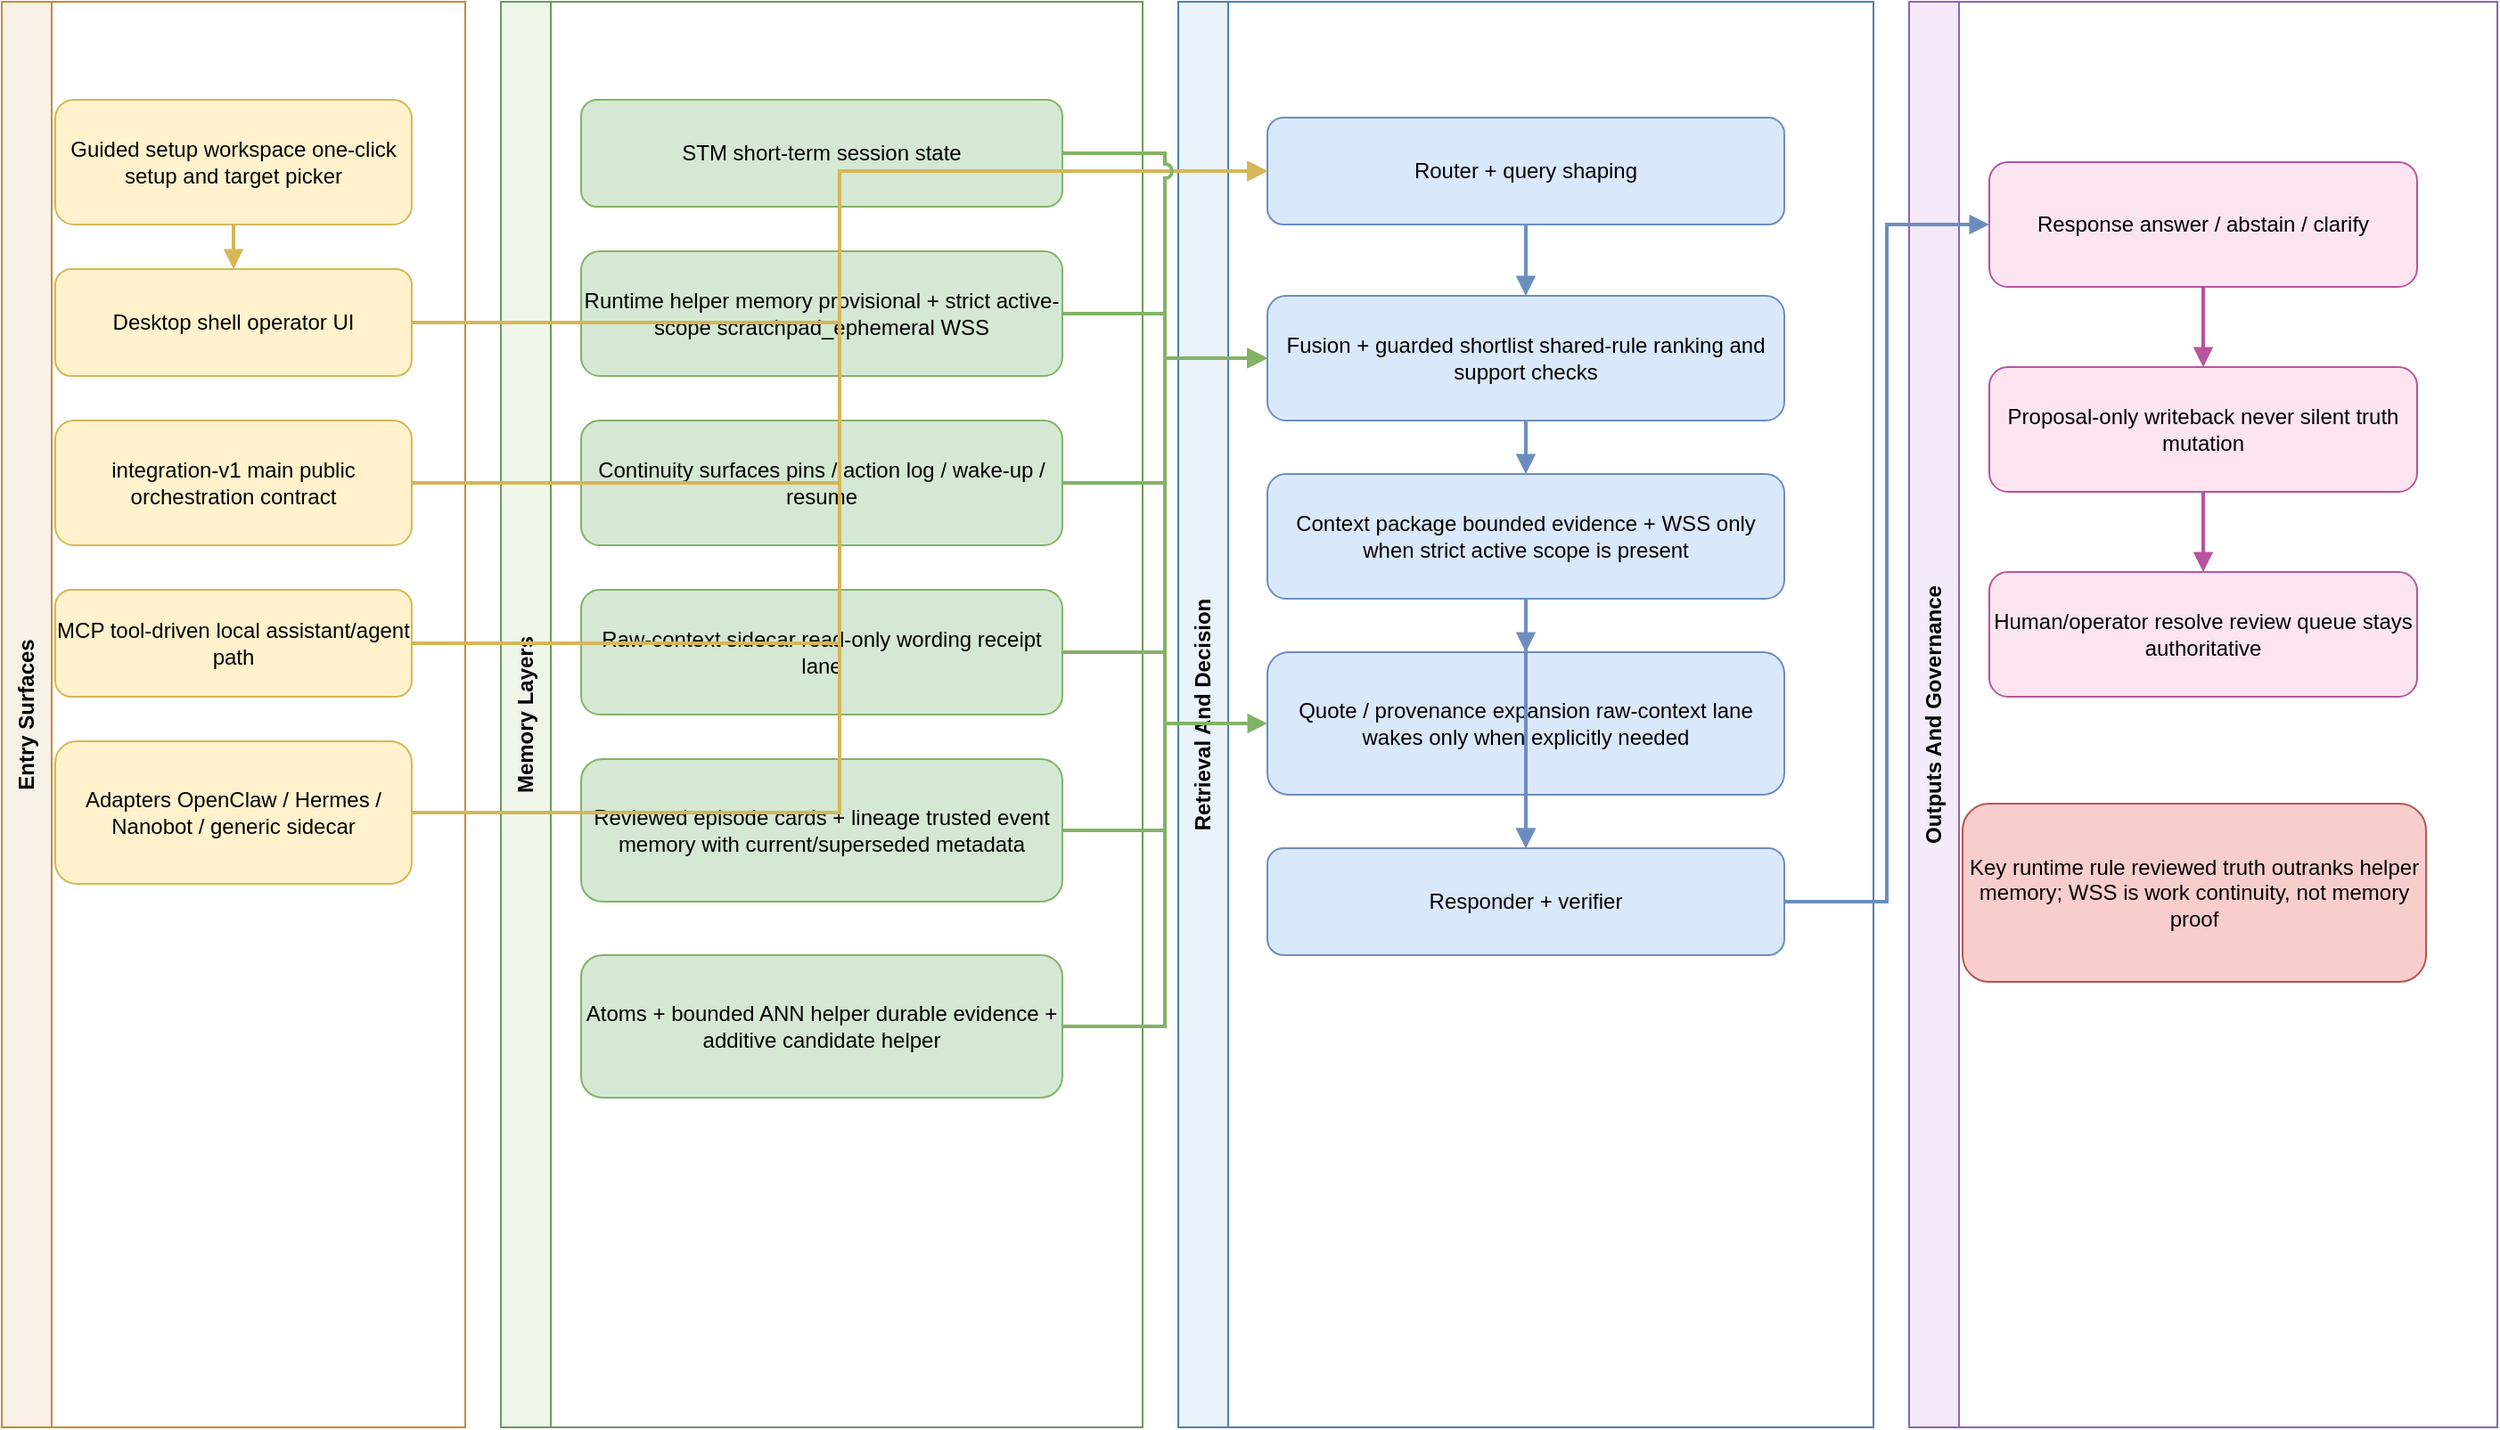
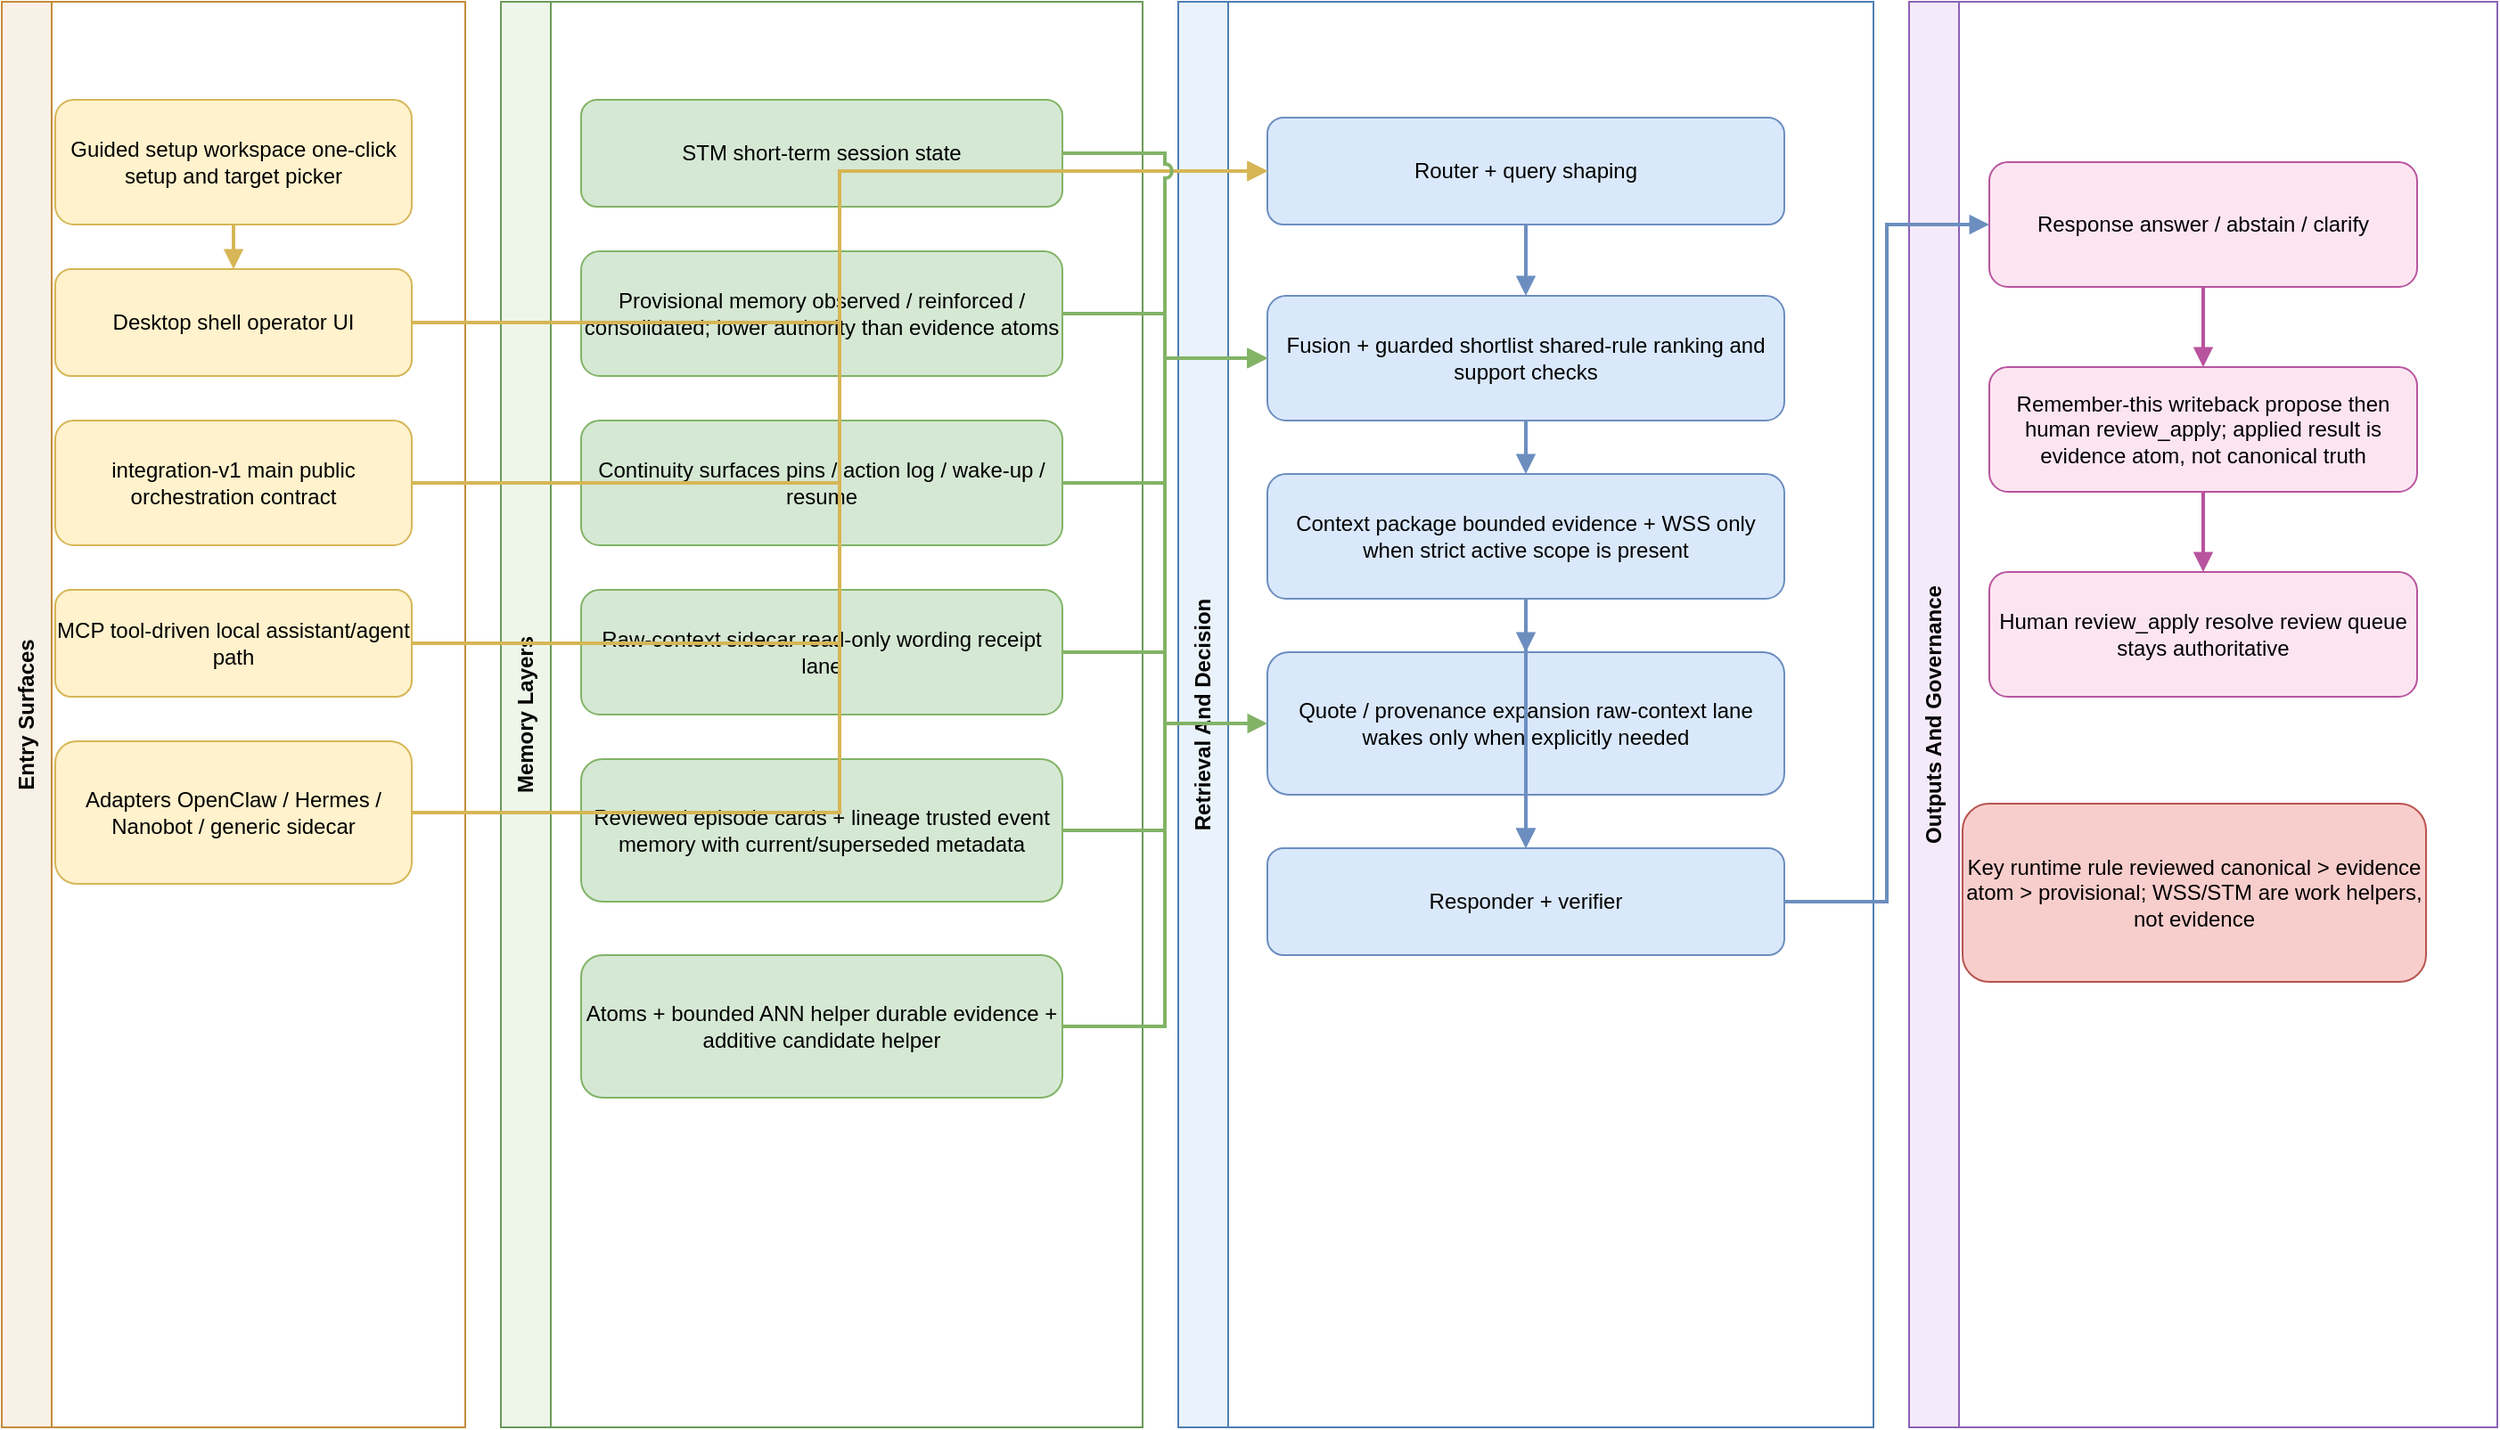
<mxfile host="app.diagrams.net" modified="2026-04-12T23:30:00.000Z" agent="Codex" version="24.7.17">
  <diagram id="launch-runtime-engineering" name="Engineering Runtime And Integration">
    <mxGraphModel dx="1750" dy="1050" grid="1" gridSize="10" guides="1" tooltips="1" connect="1" arrows="1" fold="1" page="1" pageScale="1" pageWidth="1700" pageHeight="1000" math="0" shadow="0">
      <root>
        <mxCell id="0" />
        <mxCell id="1" parent="0" />
        <mxCell id="lane1" value="Entry Surfaces" style="swimlane;whiteSpace=wrap;html=1;rounded=0;horizontal=0;startSize=28;fontStyle=1;fillColor=#f8f1e7;strokeColor=#c58b3a;" vertex="1" parent="1">
          <mxGeometry x="20" y="20" width="260" height="800" as="geometry" />
        </mxCell>
        <mxCell id="lane2" value="Memory Layers" style="swimlane;whiteSpace=wrap;html=1;rounded=0;horizontal=0;startSize=28;fontStyle=1;fillColor=#eef6ea;strokeColor=#6a9b58;" vertex="1" parent="1">
          <mxGeometry x="300" y="20" width="360" height="800" as="geometry" />
        </mxCell>
        <mxCell id="lane3" value="Retrieval And Decision" style="swimlane;whiteSpace=wrap;html=1;rounded=0;horizontal=0;startSize=28;fontStyle=1;fillColor=#eaf3fb;strokeColor=#4d7fb3;" vertex="1" parent="1">
          <mxGeometry x="680" y="20" width="390" height="800" as="geometry" />
        </mxCell>
        <mxCell id="lane4" value="Outputs And Governance" style="swimlane;whiteSpace=wrap;html=1;rounded=0;horizontal=0;startSize=28;fontStyle=1;fillColor=#f4eafa;strokeColor=#8b63b6;" vertex="1" parent="1">
          <mxGeometry x="1090" y="20" width="330" height="800" as="geometry" />
        </mxCell>
        <mxCell id="r1" value="Guided setup workspace&amp;#10;one-click setup and target picker" style="rounded=1;whiteSpace=wrap;html=1;fillColor=#fff2cc;strokeColor=#d6b656;" vertex="1" parent="1">
          <mxGeometry x="50" y="75" width="200" height="70" as="geometry" />
        </mxCell>
        <mxCell id="r2" value="Desktop shell&amp;#10;operator UI" style="rounded=1;whiteSpace=wrap;html=1;fillColor=#fff2cc;strokeColor=#d6b656;" vertex="1" parent="1">
          <mxGeometry x="50" y="170" width="200" height="60" as="geometry" />
        </mxCell>
        <mxCell id="r3" value="integration-v1&amp;#10;main public orchestration contract" style="rounded=1;whiteSpace=wrap;html=1;fillColor=#fff2cc;strokeColor=#d6b656;" vertex="1" parent="1">
          <mxGeometry x="50" y="255" width="200" height="70" as="geometry" />
        </mxCell>
        <mxCell id="r4" value="MCP&amp;#10;tool-driven local assistant/agent path" style="rounded=1;whiteSpace=wrap;html=1;fillColor=#fff2cc;strokeColor=#d6b656;" vertex="1" parent="1">
          <mxGeometry x="50" y="350" width="200" height="60" as="geometry" />
        </mxCell>
        <mxCell id="r5" value="Adapters&amp;#10;OpenClaw / Hermes / Nanobot / generic sidecar" style="rounded=1;whiteSpace=wrap;html=1;fillColor=#fff2cc;strokeColor=#d6b656;" vertex="1" parent="1">
          <mxGeometry x="50" y="435" width="200" height="80" as="geometry" />
        </mxCell>
        <mxCell id="r6" value="STM&amp;#10;short-term session state" style="rounded=1;whiteSpace=wrap;html=1;fillColor=#d5e8d4;strokeColor=#82b366;" vertex="1" parent="1">
          <mxGeometry x="345" y="75" width="270" height="60" as="geometry" />
        </mxCell>
-         <mxCell id="r7" value="Runtime helper memory&amp;#10;provisional + strict active-scope scratchpad_ephemeral WSS" style="rounded=1;whiteSpace=wrap;html=1;fillColor=#d5e8d4;strokeColor=#82b366;" vertex="1" parent="1">
+         <mxCell id="r7" value="Provisional memory&amp;#10;observed / reinforced / consolidated; lower authority than evidence atoms" style="rounded=1;whiteSpace=wrap;html=1;fillColor=#d5e8d4;strokeColor=#82b366;" vertex="1" parent="1">
          <mxGeometry x="345" y="160" width="270" height="70" as="geometry" />
        </mxCell>
        <mxCell id="r8" value="Continuity surfaces&amp;#10;pins / action log / wake-up / resume" style="rounded=1;whiteSpace=wrap;html=1;fillColor=#d5e8d4;strokeColor=#82b366;" vertex="1" parent="1">
          <mxGeometry x="345" y="255" width="270" height="70" as="geometry" />
        </mxCell>
        <mxCell id="r9" value="Raw-context sidecar&amp;#10;read-only wording receipt lane" style="rounded=1;whiteSpace=wrap;html=1;fillColor=#d5e8d4;strokeColor=#82b366;" vertex="1" parent="1">
          <mxGeometry x="345" y="350" width="270" height="70" as="geometry" />
        </mxCell>
        <mxCell id="r10" value="Reviewed episode cards + lineage&amp;#10;trusted event memory with current/superseded metadata" style="rounded=1;whiteSpace=wrap;html=1;fillColor=#d5e8d4;strokeColor=#82b366;" vertex="1" parent="1">
          <mxGeometry x="345" y="445" width="270" height="80" as="geometry" />
        </mxCell>
        <mxCell id="r11" value="Atoms + bounded ANN helper&amp;#10;durable evidence + additive candidate helper" style="rounded=1;whiteSpace=wrap;html=1;fillColor=#d5e8d4;strokeColor=#82b366;" vertex="1" parent="1">
          <mxGeometry x="345" y="555" width="270" height="80" as="geometry" />
        </mxCell>
        <mxCell id="r12" value="Router + query shaping" style="rounded=1;whiteSpace=wrap;html=1;fillColor=#dae8fc;strokeColor=#6c8ebf;" vertex="1" parent="1">
          <mxGeometry x="730" y="85" width="290" height="60" as="geometry" />
        </mxCell>
        <mxCell id="r13" value="Fusion + guarded shortlist&amp;#10;shared-rule ranking and support checks" style="rounded=1;whiteSpace=wrap;html=1;fillColor=#dae8fc;strokeColor=#6c8ebf;" vertex="1" parent="1">
          <mxGeometry x="730" y="185" width="290" height="70" as="geometry" />
        </mxCell>
        <mxCell id="r14" value="Context package&amp;#10;bounded evidence + WSS only when strict active scope is present" style="rounded=1;whiteSpace=wrap;html=1;fillColor=#dae8fc;strokeColor=#6c8ebf;" vertex="1" parent="1">
          <mxGeometry x="730" y="285" width="290" height="70" as="geometry" />
        </mxCell>
        <mxCell id="r15" value="Quote / provenance expansion&amp;#10;raw-context lane wakes only when explicitly needed" style="rounded=1;whiteSpace=wrap;html=1;fillColor=#dae8fc;strokeColor=#6c8ebf;" vertex="1" parent="1">
          <mxGeometry x="730" y="385" width="290" height="80" as="geometry" />
        </mxCell>
        <mxCell id="r16" value="Responder + verifier" style="rounded=1;whiteSpace=wrap;html=1;fillColor=#dae8fc;strokeColor=#6c8ebf;" vertex="1" parent="1">
          <mxGeometry x="730" y="495" width="290" height="60" as="geometry" />
        </mxCell>
        <mxCell id="r17" value="Response&amp;#10;answer / abstain / clarify" style="rounded=1;whiteSpace=wrap;html=1;fillColor=#fce5f1;strokeColor=#b8549e;" vertex="1" parent="1">
          <mxGeometry x="1135" y="110" width="240" height="70" as="geometry" />
        </mxCell>
-         <mxCell id="r18" value="Proposal-only writeback&amp;#10;never silent truth mutation" style="rounded=1;whiteSpace=wrap;html=1;fillColor=#fce5f1;strokeColor=#b8549e;" vertex="1" parent="1">
+         <mxCell id="r18" value="Remember-this writeback&amp;#10;propose then human review_apply; applied result is evidence atom, not canonical truth" style="rounded=1;whiteSpace=wrap;html=1;fillColor=#fce5f1;strokeColor=#b8549e;" vertex="1" parent="1">
          <mxGeometry x="1135" y="225" width="240" height="70" as="geometry" />
        </mxCell>
-         <mxCell id="r19" value="Human/operator resolve&amp;#10;review queue stays authoritative" style="rounded=1;whiteSpace=wrap;html=1;fillColor=#fce5f1;strokeColor=#b8549e;" vertex="1" parent="1">
+         <mxCell id="r19" value="Human review_apply resolve&amp;#10;review queue stays authoritative" style="rounded=1;whiteSpace=wrap;html=1;fillColor=#fce5f1;strokeColor=#b8549e;" vertex="1" parent="1">
          <mxGeometry x="1135" y="340" width="240" height="70" as="geometry" />
        </mxCell>
-         <mxCell id="r20" value="Key runtime rule&amp;#10;reviewed truth outranks helper memory; WSS is work continuity, not memory proof" style="rounded=1;whiteSpace=wrap;html=1;fillColor=#f8cecc;strokeColor=#b85450;" vertex="1" parent="1">
+         <mxCell id="r20" value="Key runtime rule&amp;#10;reviewed canonical &amp;gt; evidence atom &amp;gt; provisional; WSS/STM are work helpers, not evidence" style="rounded=1;whiteSpace=wrap;html=1;fillColor=#f8cecc;strokeColor=#b85450;" vertex="1" parent="1">
          <mxGeometry x="1120" y="470" width="260" height="100" as="geometry" />
        </mxCell>
        <mxCell id="e2" edge="1" parent="1" source="r1" target="r2" style="edgeStyle=orthogonalEdgeStyle;orthogonalLoop=1;jettySize=auto;jumpStyle=arc;jumpSize=6;endArrow=block;endFill=1;html=1;rounded=0;strokeWidth=2;strokeColor=#d6b656;entryX=0.5;entryY=0;entryPerimeter=1;exitX=0.5;exitY=1;exitPerimeter=1;">
          <mxGeometry relative="1" as="geometry" />
        </mxCell>
        <mxCell id="e3" edge="1" parent="1" source="r2" target="r12" style="edgeStyle=orthogonalEdgeStyle;orthogonalLoop=1;jettySize=auto;jumpStyle=arc;jumpSize=6;endArrow=block;endFill=1;html=1;rounded=0;strokeWidth=2;strokeColor=#d6b656;entryX=0;entryY=0.5;entryPerimeter=1;exitX=1;exitY=0.5;exitPerimeter=1;">
          <mxGeometry relative="1" as="geometry" />
        </mxCell>
        <mxCell id="e4" edge="1" parent="1" source="r3" target="r12" style="edgeStyle=orthogonalEdgeStyle;orthogonalLoop=1;jettySize=auto;jumpStyle=arc;jumpSize=6;endArrow=block;endFill=1;html=1;rounded=0;strokeWidth=2;strokeColor=#d6b656;entryX=0;entryY=0.5;entryPerimeter=1;exitX=1;exitY=0.5;exitPerimeter=1;">
          <mxGeometry relative="1" as="geometry" />
        </mxCell>
        <mxCell id="e5" edge="1" parent="1" source="r4" target="r12" style="edgeStyle=orthogonalEdgeStyle;orthogonalLoop=1;jettySize=auto;jumpStyle=arc;jumpSize=6;endArrow=block;endFill=1;html=1;rounded=0;strokeWidth=2;strokeColor=#d6b656;entryX=0;entryY=0.5;entryPerimeter=1;exitX=1;exitY=0.5;exitPerimeter=1;">
          <mxGeometry relative="1" as="geometry" />
        </mxCell>
        <mxCell id="e6" edge="1" parent="1" source="r5" target="r12" style="edgeStyle=orthogonalEdgeStyle;orthogonalLoop=1;jettySize=auto;jumpStyle=arc;jumpSize=6;endArrow=block;endFill=1;html=1;rounded=0;strokeWidth=2;strokeColor=#d6b656;entryX=0;entryY=0.5;entryPerimeter=1;exitX=1;exitY=0.5;exitPerimeter=1;">
          <mxGeometry relative="1" as="geometry" />
        </mxCell>
        <mxCell id="e7" edge="1" parent="1" source="r6" target="r13" style="edgeStyle=orthogonalEdgeStyle;orthogonalLoop=1;jettySize=auto;jumpStyle=arc;jumpSize=6;endArrow=block;endFill=1;html=1;rounded=0;strokeWidth=2;strokeColor=#82b366;entryX=0;entryY=0.5;entryPerimeter=1;exitX=1;exitY=0.5;exitPerimeter=1;">
          <mxGeometry relative="1" as="geometry" />
        </mxCell>
        <mxCell id="e8" edge="1" parent="1" source="r7" target="r13" style="edgeStyle=orthogonalEdgeStyle;orthogonalLoop=1;jettySize=auto;jumpStyle=arc;jumpSize=6;endArrow=block;endFill=1;html=1;rounded=0;strokeWidth=2;strokeColor=#82b366;entryX=0;entryY=0.5;entryPerimeter=1;exitX=1;exitY=0.5;exitPerimeter=1;">
          <mxGeometry relative="1" as="geometry" />
        </mxCell>
        <mxCell id="e9" edge="1" parent="1" source="r8" target="r13" style="edgeStyle=orthogonalEdgeStyle;orthogonalLoop=1;jettySize=auto;jumpStyle=arc;jumpSize=6;endArrow=block;endFill=1;html=1;rounded=0;strokeWidth=2;strokeColor=#82b366;entryX=0;entryY=0.5;entryPerimeter=1;exitX=1;exitY=0.5;exitPerimeter=1;">
          <mxGeometry relative="1" as="geometry" />
        </mxCell>
        <mxCell id="e10" edge="1" parent="1" source="r9" target="r15" style="edgeStyle=orthogonalEdgeStyle;orthogonalLoop=1;jettySize=auto;jumpStyle=arc;jumpSize=6;endArrow=block;endFill=1;html=1;rounded=0;strokeWidth=2;strokeColor=#82b366;entryX=0;entryY=0.5;entryPerimeter=1;exitX=1;exitY=0.5;exitPerimeter=1;">
          <mxGeometry relative="1" as="geometry" />
        </mxCell>
        <mxCell id="e11" edge="1" parent="1" source="r10" target="r13" style="edgeStyle=orthogonalEdgeStyle;orthogonalLoop=1;jettySize=auto;jumpStyle=arc;jumpSize=6;endArrow=block;endFill=1;html=1;rounded=0;strokeWidth=2;strokeColor=#82b366;entryX=0;entryY=0.5;entryPerimeter=1;exitX=1;exitY=0.5;exitPerimeter=1;">
          <mxGeometry relative="1" as="geometry" />
        </mxCell>
        <mxCell id="e12" edge="1" parent="1" source="r11" target="r13" style="edgeStyle=orthogonalEdgeStyle;orthogonalLoop=1;jettySize=auto;jumpStyle=arc;jumpSize=6;endArrow=block;endFill=1;html=1;rounded=0;strokeWidth=2;strokeColor=#82b366;entryX=0;entryY=0.5;entryPerimeter=1;exitX=1;exitY=0.5;exitPerimeter=1;">
          <mxGeometry relative="1" as="geometry" />
        </mxCell>
        <mxCell id="e13" edge="1" parent="1" source="r12" target="r13" style="edgeStyle=orthogonalEdgeStyle;orthogonalLoop=1;jettySize=auto;jumpStyle=arc;jumpSize=6;endArrow=block;endFill=1;html=1;rounded=0;strokeWidth=2;strokeColor=#6c8ebf;entryX=0.5;entryY=0;entryPerimeter=1;exitX=0.5;exitY=1;exitPerimeter=1;">
          <mxGeometry relative="1" as="geometry" />
        </mxCell>
        <mxCell id="e14" edge="1" parent="1" source="r13" target="r14" style="edgeStyle=orthogonalEdgeStyle;orthogonalLoop=1;jettySize=auto;jumpStyle=arc;jumpSize=6;endArrow=block;endFill=1;html=1;rounded=0;strokeWidth=2;strokeColor=#6c8ebf;entryX=0.5;entryY=0;entryPerimeter=1;exitX=0.5;exitY=1;exitPerimeter=1;">
          <mxGeometry relative="1" as="geometry" />
        </mxCell>
        <mxCell id="e15" edge="1" parent="1" source="r14" target="r15" style="edgeStyle=orthogonalEdgeStyle;orthogonalLoop=1;jettySize=auto;jumpStyle=arc;jumpSize=6;endArrow=block;endFill=1;html=1;rounded=0;strokeWidth=2;strokeColor=#6c8ebf;entryX=0.5;entryY=0;entryPerimeter=1;exitX=0.5;exitY=1;exitPerimeter=1;">
          <mxGeometry relative="1" as="geometry" />
        </mxCell>
        <mxCell id="e16" edge="1" parent="1" source="r14" target="r16" style="edgeStyle=orthogonalEdgeStyle;orthogonalLoop=1;jettySize=auto;jumpStyle=arc;jumpSize=6;endArrow=block;endFill=1;html=1;rounded=0;strokeWidth=2;strokeColor=#6c8ebf;entryX=0.5;entryY=0;entryPerimeter=1;exitX=0.5;exitY=1;exitPerimeter=1;">
          <mxGeometry relative="1" as="geometry" />
        </mxCell>
        <mxCell id="e17" edge="1" parent="1" source="r15" target="r16" style="edgeStyle=orthogonalEdgeStyle;orthogonalLoop=1;jettySize=auto;jumpStyle=arc;jumpSize=6;endArrow=block;endFill=1;html=1;rounded=0;strokeWidth=2;strokeColor=#6c8ebf;entryX=0.5;entryY=0;entryPerimeter=1;exitX=0.5;exitY=1;exitPerimeter=1;">
          <mxGeometry relative="1" as="geometry" />
        </mxCell>
        <mxCell id="e18" edge="1" parent="1" source="r16" target="r17" style="edgeStyle=orthogonalEdgeStyle;orthogonalLoop=1;jettySize=auto;jumpStyle=arc;jumpSize=6;endArrow=block;endFill=1;html=1;rounded=0;strokeWidth=2;strokeColor=#6c8ebf;entryX=0;entryY=0.5;entryPerimeter=1;exitX=1;exitY=0.5;exitPerimeter=1;">
          <mxGeometry relative="1" as="geometry" />
        </mxCell>
        <mxCell id="e19" edge="1" parent="1" source="r17" target="r18" style="edgeStyle=orthogonalEdgeStyle;orthogonalLoop=1;jettySize=auto;jumpStyle=arc;jumpSize=6;endArrow=block;endFill=1;html=1;rounded=0;strokeWidth=2;strokeColor=#b8549e;entryX=0.5;entryY=0;entryPerimeter=1;exitX=0.5;exitY=1;exitPerimeter=1;">
          <mxGeometry relative="1" as="geometry" />
        </mxCell>
        <mxCell id="e20" edge="1" parent="1" source="r18" target="r19" style="edgeStyle=orthogonalEdgeStyle;orthogonalLoop=1;jettySize=auto;jumpStyle=arc;jumpSize=6;endArrow=block;endFill=1;html=1;rounded=0;strokeWidth=2;strokeColor=#b8549e;entryX=0.5;entryY=0;entryPerimeter=1;exitX=0.5;exitY=1;exitPerimeter=1;">
          <mxGeometry relative="1" as="geometry" />
        </mxCell>
      </root>
    </mxGraphModel>
  </diagram>
  <diagram id="launch-runtime-caveman" name="Caveman Runtime And Integration">
    <mxGraphModel dx="1500" dy="920" grid="1" gridSize="10" guides="1" tooltips="1" connect="1" arrows="1" fold="1" page="1" pageScale="1" pageWidth="1500" pageHeight="920" math="0" shadow="0">
      <root>
        <mxCell id="0" />
        <mxCell id="1" parent="0" />
        <mxCell id="z1" value="1. Agent or user asks MNO for memory help." style="rounded=1;whiteSpace=wrap;html=1;fillColor=#fff2cc;strokeColor=#d6b656;" vertex="1" parent="1">
          <mxGeometry x="60" y="90" width="240" height="70" as="geometry" />
        </mxCell>
        <mxCell id="z2" value="2. MNO checks the short-term chat first." style="rounded=1;whiteSpace=wrap;html=1;fillColor=#fff2cc;strokeColor=#d6b656;" vertex="1" parent="1">
          <mxGeometry x="350" y="90" width="250" height="70" as="geometry" />
        </mxCell>
        <mxCell id="z3" value="3. MNO checks trusted memory and evidence." style="rounded=1;whiteSpace=wrap;html=1;fillColor=#d5e8d4;strokeColor=#82b366;" vertex="1" parent="1">
          <mxGeometry x="650" y="90" width="260" height="70" as="geometry" />
        </mxCell>
        <mxCell id="z4" value="4. ANN helps find nearby candidates.&amp;#10;ANN = approximate nearest neighbor." style="rounded=1;whiteSpace=wrap;html=1;fillColor=#d5e8d4;strokeColor=#82b366;" vertex="1" parent="1">
          <mxGeometry x="960" y="90" width="270" height="80" as="geometry" />
        </mxCell>
        <mxCell id="z5" value="5. If you ask for exact wording, MNO can open the wording receipt lane." style="rounded=1;whiteSpace=wrap;html=1;fillColor=#dae8fc;strokeColor=#6c8ebf;" vertex="1" parent="1">
          <mxGeometry x="130" y="270" width="320" height="90" as="geometry" />
        </mxCell>
-         <mxCell id="z6" value="6. If truth changed, MNO can tell old reviewed cards from current reviewed cards." style="rounded=1;whiteSpace=wrap;html=1;fillColor=#dae8fc;strokeColor=#6c8ebf;" vertex="1" parent="1">
+         <mxCell id="z6" value="6. MNO may keep a revisable helper note, but only human review/publish makes truth." style="rounded=1;whiteSpace=wrap;html=1;fillColor=#dae8fc;strokeColor=#6c8ebf;" vertex="1" parent="1">
          <mxGeometry x="500" y="270" width="340" height="90" as="geometry" />
        </mxCell>
        <mxCell id="z7" value="7. MNO builds a bounded evidence bundle, then answers, abstains, or asks to clarify." style="rounded=1;whiteSpace=wrap;html=1;fillColor=#dae8fc;strokeColor=#6c8ebf;" vertex="1" parent="1">
          <mxGeometry x="890" y="270" width="360" height="90" as="geometry" />
        </mxCell>
        <mxCell id="z8" value="8. New risky memory still goes to proposal/review, not straight into truth." style="rounded=1;whiteSpace=wrap;html=1;fillColor=#fce5f1;strokeColor=#b8549e;" vertex="1" parent="1">
          <mxGeometry x="360" y="470" width="420" height="90" as="geometry" />
        </mxCell>
        <mxCell id="z9" value="Words to know&amp;#10;MCP = Model Context Protocol&amp;#10;STM = short-term memory&amp;#10;ANN = approximate nearest neighbor&amp;#10;WSS = work-session scratchpad" style="rounded=1;whiteSpace=wrap;html=1;fillColor=#e1d5e7;strokeColor=#9673a6;" vertex="1" parent="1">
          <mxGeometry x="500" y="640" width="330" height="100" as="geometry" />
        </mxCell>
        <mxCell id="e2" edge="1" parent="1" source="z1" target="z2" style="edgeStyle=orthogonalEdgeStyle;orthogonalLoop=1;jettySize=auto;jumpStyle=arc;jumpSize=6;endArrow=block;endFill=1;html=1;rounded=0;strokeWidth=2;strokeColor=#d6b656;entryX=0;entryY=0.5;entryPerimeter=1;exitX=1;exitY=0.5;exitPerimeter=1;">
          <mxGeometry relative="1" as="geometry" />
        </mxCell>
        <mxCell id="e3" edge="1" parent="1" source="z2" target="z3" style="edgeStyle=orthogonalEdgeStyle;orthogonalLoop=1;jettySize=auto;jumpStyle=arc;jumpSize=6;endArrow=block;endFill=1;html=1;rounded=0;strokeWidth=2;strokeColor=#d6b656;entryX=0;entryY=0.5;entryPerimeter=1;exitX=1;exitY=0.5;exitPerimeter=1;">
          <mxGeometry relative="1" as="geometry" />
        </mxCell>
        <mxCell id="e4" edge="1" parent="1" source="z3" target="z4" style="edgeStyle=orthogonalEdgeStyle;orthogonalLoop=1;jettySize=auto;jumpStyle=arc;jumpSize=6;endArrow=block;endFill=1;html=1;rounded=0;strokeWidth=2;strokeColor=#82b366;entryX=0;entryY=0.5;entryPerimeter=1;exitX=1;exitY=0.5;exitPerimeter=1;">
          <mxGeometry relative="1" as="geometry" />
        </mxCell>
        <mxCell id="e5" edge="1" parent="1" source="z4" target="z5" style="edgeStyle=orthogonalEdgeStyle;orthogonalLoop=1;jettySize=auto;jumpStyle=arc;jumpSize=6;endArrow=block;endFill=1;html=1;rounded=0;strokeWidth=2;strokeColor=#82b366;entryX=1;entryY=0.5;entryPerimeter=1;exitX=0;exitY=0.5;exitPerimeter=1;">
          <mxGeometry relative="1" as="geometry" />
        </mxCell>
        <mxCell id="e6" edge="1" parent="1" source="z4" target="z6" style="edgeStyle=orthogonalEdgeStyle;orthogonalLoop=1;jettySize=auto;jumpStyle=arc;jumpSize=6;endArrow=block;endFill=1;html=1;rounded=0;strokeWidth=2;strokeColor=#82b366;entryX=1;entryY=0.5;entryPerimeter=1;exitX=0;exitY=0.5;exitPerimeter=1;">
          <mxGeometry relative="1" as="geometry" />
        </mxCell>
        <mxCell id="e7" edge="1" parent="1" source="z5" target="z7" style="edgeStyle=orthogonalEdgeStyle;orthogonalLoop=1;jettySize=auto;jumpStyle=arc;jumpSize=6;endArrow=block;endFill=1;html=1;rounded=0;strokeWidth=2;strokeColor=#6c8ebf;entryX=0;entryY=0.5;entryPerimeter=1;exitX=1;exitY=0.5;exitPerimeter=1;">
          <mxGeometry relative="1" as="geometry" />
        </mxCell>
        <mxCell id="e8" edge="1" parent="1" source="z6" target="z7" style="edgeStyle=orthogonalEdgeStyle;orthogonalLoop=1;jettySize=auto;jumpStyle=arc;jumpSize=6;endArrow=block;endFill=1;html=1;rounded=0;strokeWidth=2;strokeColor=#6c8ebf;entryX=0;entryY=0.5;entryPerimeter=1;exitX=1;exitY=0.5;exitPerimeter=1;">
          <mxGeometry relative="1" as="geometry" />
        </mxCell>
        <mxCell id="e9" edge="1" parent="1" source="z7" target="z8" style="edgeStyle=orthogonalEdgeStyle;orthogonalLoop=1;jettySize=auto;jumpStyle=arc;jumpSize=6;endArrow=block;endFill=1;html=1;rounded=0;strokeWidth=2;strokeColor=#6c8ebf;entryX=1;entryY=0.5;entryPerimeter=1;exitX=0;exitY=0.5;exitPerimeter=1;">
          <mxGeometry relative="1" as="geometry" />
        </mxCell>
      </root>
    </mxGraphModel>
  </diagram>
</mxfile>
